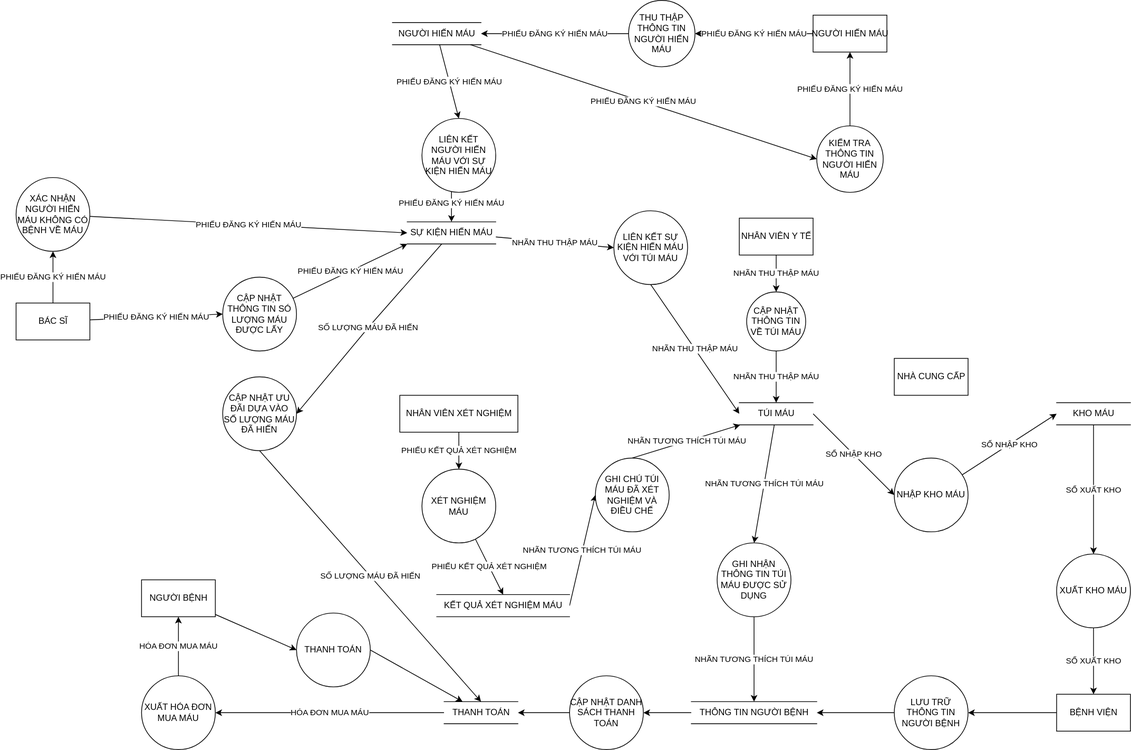
The draw.io diagram BLD.drawio.svg in MartinoPhoenixVox/BloodBankManagementSystem, before a commit. Source tidied: cells renumbered, new cells last; positions are measured from the earlier drawing's top-left corner, leaving out a move shared by most shapes.
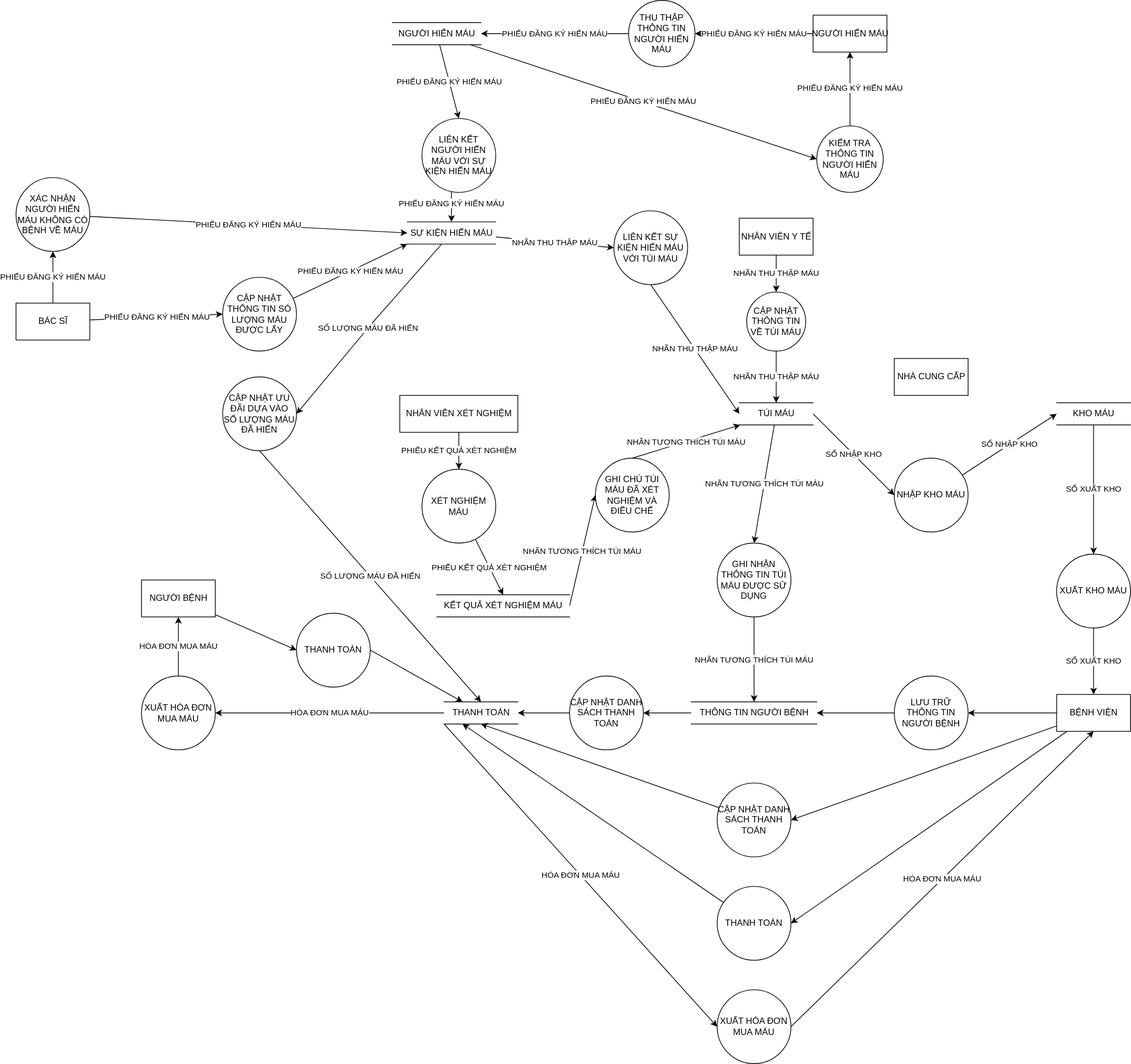
After the change.

Diff of the diagram source:
```diff
@@ -17,6 +17,12 @@
     <mxCell id="6" style="edgeStyle=none;html=1;entryX=1;entryY=0.5;entryDx=0;entryDy=0;" parent="1" edge="1" source="7" target="54">
       <mxGeometry relative="1" as="geometry" />
     </mxCell>
+    <mxCell id="67" style="edgeStyle=none;html=1;entryX=1;entryY=0.5;entryDx=0;entryDy=0;" parent="1" edge="1" source="7" target="71">
+      <mxGeometry relative="1" as="geometry" />
+    </mxCell>
+    <mxCell id="68" style="edgeStyle=none;html=1;entryX=1;entryY=0.5;entryDx=0;entryDy=0;" parent="1" edge="1" source="7" target="73">
+      <mxGeometry relative="1" as="geometry" />
+    </mxCell>
     <mxCell id="7" value="BỆNH VIỆN" style="html=1;dashed=0;whitespace=wrap;" parent="1" vertex="1">
       <mxGeometry x="1410" y="940" width="100" height="50" as="geometry" />
     </mxCell>
@@ -182,6 +188,9 @@
     <mxCell id="59" value="HÓA ĐƠN MUA MÁU" style="edgeStyle=none;html=1;entryX=1;entryY=0.5;entryDx=0;entryDy=0;" parent="1" edge="1" source="60" target="64">
       <mxGeometry relative="1" as="geometry" />
     </mxCell>
+    <mxCell id="69" value="HÓA ĐƠN MUA MÁU" style="edgeStyle=none;html=1;entryX=0;entryY=0.5;entryDx=0;entryDy=0;exitX=0;exitY=1;exitDx=0;exitDy=0;" parent="1" edge="1" source="60" target="75">
+      <mxGeometry relative="1" as="geometry" />
+    </mxCell>
     <mxCell id="60" value="THANH TOÁN" style="html=1;dashed=0;whitespace=wrap;shape=partialRectangle;right=0;left=0;" parent="1" vertex="1">
       <mxGeometry x="580" y="950" width="100" height="30" as="geometry" />
     </mxCell>
@@ -203,5 +212,23 @@
     <mxCell id="66" value="CẬP NHẬT ƯU ĐÃI DỰA VÀO SỐ LƯỢNG MÁU ĐÃ HIẾN" style="ellipse;whiteSpace=wrap;html=1;" parent="1" vertex="1">
       <mxGeometry x="280" y="510" width="100" height="100" as="geometry" />
     </mxCell>
+    <mxCell id="70" style="edgeStyle=none;html=1;entryX=0.5;entryY=1;entryDx=0;entryDy=0;" parent="1" edge="1" source="71" target="60">
+      <mxGeometry relative="1" as="geometry" />
+    </mxCell>
+    <mxCell id="71" value="CẬP NHẬT DANH SÁCH THANH TOÁN" style="ellipse;whiteSpace=wrap;html=1;" parent="1" vertex="1">
+      <mxGeometry x="950" y="1060" width="100" height="100" as="geometry" />
+    </mxCell>
+    <mxCell id="72" style="edgeStyle=none;html=1;entryX=0.25;entryY=1;entryDx=0;entryDy=0;" parent="1" edge="1" source="73" target="60">
+      <mxGeometry relative="1" as="geometry" />
+    </mxCell>
+    <mxCell id="73" value="THANH TOÁN" style="ellipse;whiteSpace=wrap;html=1;" parent="1" vertex="1">
+      <mxGeometry x="950" y="1200" width="100" height="100" as="geometry" />
+    </mxCell>
+    <mxCell id="74" value="HÓA ĐƠN MUA MÁU" style="edgeStyle=none;html=1;entryX=0.5;entryY=1;entryDx=0;entryDy=0;exitX=1;exitY=0.5;exitDx=0;exitDy=0;" parent="1" edge="1" source="75" target="7">
+      <mxGeometry relative="1" as="geometry" />
+    </mxCell>
+    <mxCell id="75" value="XUẤT HÓA ĐƠN MUA MÁU" style="ellipse;whiteSpace=wrap;html=1;" parent="1" vertex="1">
+      <mxGeometry x="950" y="1340" width="100" height="100" as="geometry" />
+    </mxCell>
   </root>
 </mxGraphModel>
```
